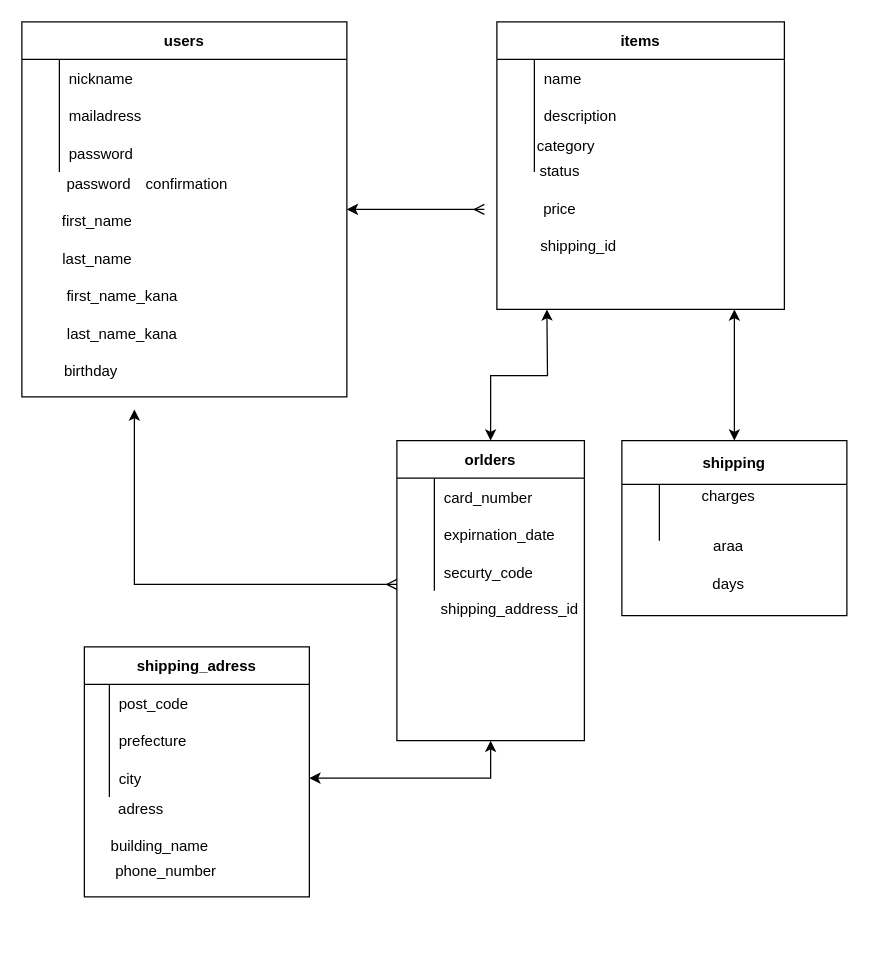
The draw.io diagram ER図.dio in nobu0526/furima-35578, before the edit. Source tidied: cells renumbered, new cells numbered last; positions are measured from the earlier drawing's top-left corner, leaving out a move shared by most shapes. Both pictures are drawn from the tidied source at 125%, with x=0, y=0 at pixel (21, 21).
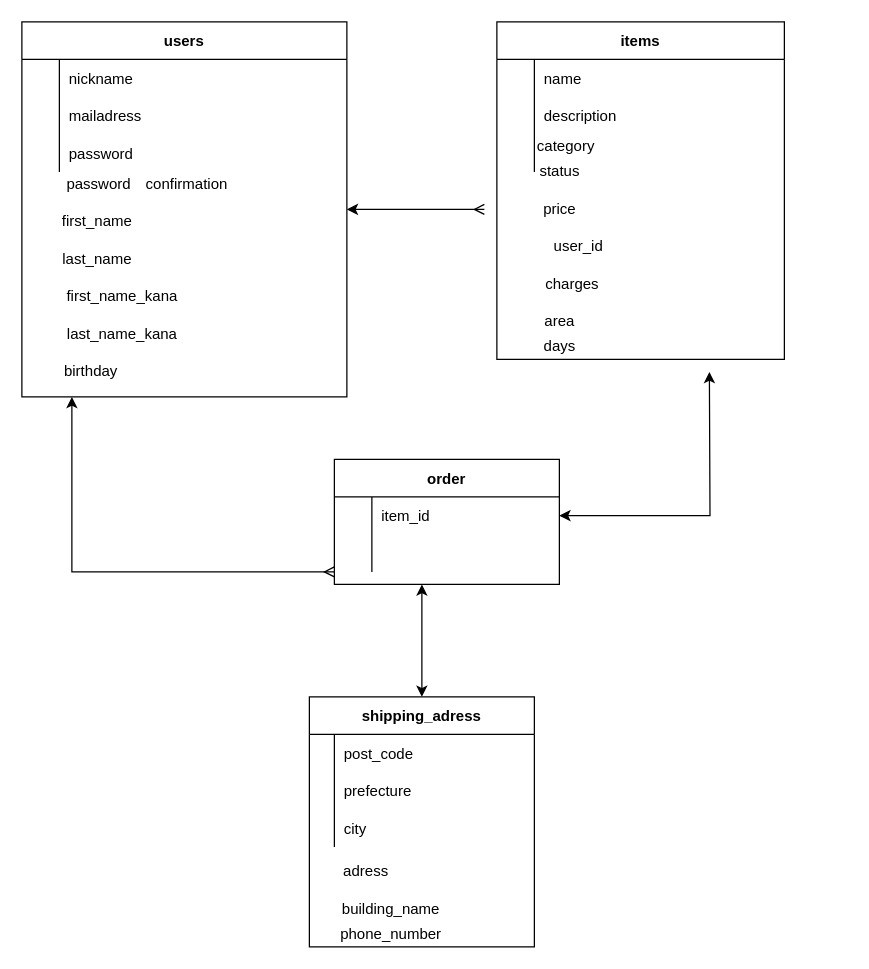
Above is the later version.

Unchanged cells that the change refers to:
```xml
<mxCell id="53" style="shape=partialRectangle;fillColor=none;top=0;left=0;bottom=0;right=0;points=[[0,0.5],[1,0.5]];portConstraint=eastwest;" parent="46" vertex="1">
  <mxGeometry y="90" width="180" height="30" as="geometry" />
</mxCell>
```

The edit, as a diff of the source:
```diff
@@
     <mxCell id="13" value="items" style="shape=table;startSize=30;childLayout=tableLayout;rowLines=0;fontStyle=1;align=center;" parent="1" vertex="1">
-      <mxGeometry x="380" width="230" height="230" as="geometry" />
+      <mxGeometry x="380" width="230" height="270" as="geometry" />
     </mxCell>
@@
-    <mxCell id="23" style="edgeStyle=orthogonalEdgeStyle;rounded=0;jettySize=auto;html=1;startArrow=ERmany;startFill=0;endArrow=classic;endFill=1;" parent="1" edge="1" source="25">
+    <mxCell id="23" style="edgeStyle=orthogonalEdgeStyle;rounded=0;orthogonalLoop=1;jettySize=auto;html=1;startArrow=ERmany;startFill=0;endArrow=classic;endFill=1;" parent="1" edge="1">
       <mxGeometry relative="1" as="geometry">
-        <mxPoint x="90" y="310" as="targetPoint" />
+        <mxPoint x="250" y="440" as="sourcePoint" />
+        <mxPoint x="40" y="300" as="targetPoint" />
         <Array as="points">
-          <mxPoint x="90" y="450" />
+          <mxPoint x="40" y="440" />
         </Array>
       </mxGeometry>
     </mxCell>
-    <mxCell id="24" style="edgeStyle=orthogonalEdgeStyle;rounded=0;jettySize=auto;html=1;startArrow=classic;startFill=1;endArrow=classic;endFill=1;" parent="1" edge="1" source="25">
-      <mxGeometry relative="1" as="geometry">
-        <mxPoint x="420" y="230" as="targetPoint" />
-      </mxGeometry>
-    </mxCell>
-    <mxCell id="25" value="orlders" style="shape=table;startSize=30;childLayout=tableLayout;rowLines=0;fontStyle=1;align=center;" parent="1" vertex="1">
-      <mxGeometry x="300" y="335" width="150" height="240" as="geometry" />
-    </mxCell>
-    <mxCell id="26" style="shape=partialRectangle;fillColor=none;top=0;left=0;bottom=0;right=0;" parent="25" vertex="1">
-      <mxGeometry y="30" width="150" height="30" as="geometry" />
-    </mxCell>
-    <mxCell id="27" style="shape=partialRectangle;fillColor=none;top=0;left=0;bottom=0;right=0;overflow=hidden;" parent="26" vertex="1">
-      <mxGeometry width="30" height="30" as="geometry" />
-    </mxCell>
-    <mxCell id="28" value="card_number" style="shape=partialRectangle;fillColor=none;top=0;left=0;bottom=0;right=0;align=left;spacingLeft=6;overflow=hidden;" parent="26" vertex="1">
-      <mxGeometry x="30" width="120" height="30" as="geometry" />
-    </mxCell>
-    <mxCell id="29" style="shape=partialRectangle;fillColor=none;top=0;left=0;bottom=0;right=0;" parent="25" vertex="1">
-      <mxGeometry y="60" width="150" height="30" as="geometry" />
-    </mxCell>
-    <mxCell id="30" style="shape=partialRectangle;fillColor=none;top=0;left=0;bottom=0;right=0;overflow=hidden;" parent="29" vertex="1">
-      <mxGeometry width="30" height="30" as="geometry" />
-    </mxCell>
-    <mxCell id="31" value="expirnation_date" style="shape=partialRectangle;fillColor=none;top=0;left=0;bottom=0;right=0;align=left;spacingLeft=6;overflow=hidden;" parent="29" vertex="1">
-      <mxGeometry x="30" width="120" height="30" as="geometry" />
-    </mxCell>
-    <mxCell id="32" style="shape=partialRectangle;fillColor=none;top=0;left=0;bottom=0;right=0;" parent="25" vertex="1">
-      <mxGeometry y="90" width="150" height="30" as="geometry" />
-    </mxCell>
-    <mxCell id="33" style="shape=partialRectangle;fillColor=none;top=0;left=0;bottom=0;right=0;overflow=hidden;" parent="32" vertex="1">
-      <mxGeometry width="30" height="30" as="geometry" />
-    </mxCell>
-    <mxCell id="34" value="securty_code" style="shape=partialRectangle;fillColor=none;top=0;left=0;bottom=0;right=0;align=left;spacingLeft=6;overflow=hidden;" parent="32" vertex="1">
-      <mxGeometry x="30" width="120" height="30" as="geometry" />
-    </mxCell>
@@
     <mxCell id="43" value="charges" style="text;html=1;align=center;verticalAlign=middle;" parent="1" vertex="1">
-      <mxGeometry x="535" y="370" width="60" height="20" as="geometry" />
+      <mxGeometry x="410" y="200" width="60" height="20" as="geometry" />
     </mxCell>
     <mxCell id="44" value="days" style="text;html=1;align=center;verticalAlign=middle;" parent="1" vertex="1">
-      <mxGeometry x="545" y="440" width="40" height="20" as="geometry" />
+      <mxGeometry x="410" y="250" width="40" height="20" as="geometry" />
     </mxCell>
@@
+    <mxCell id="71" style="edgeStyle=orthogonalEdgeStyle;rounded=0;jettySize=auto;html=1;startArrow=classic;startFill=1;endArrow=classic;endFill=1;" parent="1" edge="1" source="46">
+      <mxGeometry relative="1" as="geometry">
+        <mxPoint x="320" y="450" as="targetPoint" />
+      </mxGeometry>
+    </mxCell>
     <mxCell id="46" value="shipping_adress" style="shape=table;startSize=30;childLayout=tableLayout;rowLines=0;fontStyle=1;align=center;" parent="1" vertex="1">
-      <mxGeometry x="50" y="500" width="180" height="200" as="geometry" />
+      <mxGeometry x="230" y="540" width="180" height="200" as="geometry" />
     </mxCell>
@@
     <mxCell id="56" value="adress" style="text;html=1;align=center;verticalAlign=middle;" parent="1" vertex="1">
-      <mxGeometry x="70" y="620" width="50" height="20" as="geometry" />
+      <mxGeometry x="250" y="670" width="50" height="20" as="geometry" />
     </mxCell>
     <mxCell id="57" value="building_name" style="text;html=1;align=center;verticalAlign=middle;" parent="1" vertex="1">
-      <mxGeometry x="65" y="650" width="90" height="20" as="geometry" />
+      <mxGeometry x="250" y="700" width="90" height="20" as="geometry" />
     </mxCell>
     <mxCell id="58" value="phone_number" style="text;html=1;align=center;verticalAlign=middle;" parent="1" vertex="1">
-      <mxGeometry x="65" y="670" width="100" height="20" as="geometry" />
+      <mxGeometry x="245" y="720" width="100" height="20" as="geometry" />
     </mxCell>
-    <mxCell id="59" style="edgeStyle=orthogonalEdgeStyle;rounded=0;jettySize=auto;html=1;entryX=0.5;entryY=1;entryDx=0;entryDy=0;startArrow=classic;startFill=1;endArrow=classic;endFill=1;" parent="1" edge="1" source="53" target="25">
-      <mxGeometry relative="1" as="geometry" />
-    </mxCell>
-    <mxCell id="60" style="edgeStyle=orthogonalEdgeStyle;rounded=0;jettySize=auto;html=1;startArrow=classic;startFill=1;endArrow=classic;endFill=1;" parent="1" edge="1" source="61">
-      <mxGeometry relative="1" as="geometry">
-        <mxPoint x="570" y="230" as="targetPoint" />
-      </mxGeometry>
-    </mxCell>
-    <mxCell id="61" value="shipping" style="shape=table;startSize=35;childLayout=tableLayout;rowLines=0;fontStyle=1;align=center;" parent="1" vertex="1">
-      <mxGeometry x="480" y="335" width="180" height="140" as="geometry" />
-    </mxCell>
-    <mxCell id="62" style="shape=partialRectangle;fillColor=none;top=0;left=0;bottom=0;right=0;" parent="61" vertex="1">
-      <mxGeometry y="35" width="180" height="20" as="geometry" />
-    </mxCell>
-    <mxCell id="63" style="shape=partialRectangle;fillColor=none;top=0;left=0;bottom=0;right=0;overflow=hidden;" parent="62" vertex="1">
-      <mxGeometry width="30" height="20" as="geometry" />
-    </mxCell>
-    <mxCell id="64" style="shape=partialRectangle;fillColor=none;top=0;left=0;bottom=0;right=0;align=left;spacingLeft=6;overflow=hidden;" parent="62" vertex="1">
-      <mxGeometry x="30" width="150" height="20" as="geometry" />
-    </mxCell>
-    <mxCell id="65" style="shape=partialRectangle;fillColor=none;top=0;left=0;bottom=0;right=0;" parent="61" vertex="1">
-      <mxGeometry y="55" width="180" height="25" as="geometry" />
-    </mxCell>
-    <mxCell id="66" style="shape=partialRectangle;fillColor=none;top=0;left=0;bottom=0;right=0;overflow=hidden;" parent="65" vertex="1">
-      <mxGeometry width="30" height="25" as="geometry" />
-    </mxCell>
-    <mxCell id="67" style="shape=partialRectangle;fillColor=none;top=0;left=0;bottom=0;right=0;align=left;spacingLeft=6;overflow=hidden;" parent="65" vertex="1">
-      <mxGeometry x="30" width="150" height="25" as="geometry" />
-    </mxCell>
-    <mxCell id="68" value="araa" style="text;html=1;align=center;verticalAlign=middle;" parent="1" vertex="1">
-      <mxGeometry x="545" y="410" width="40" height="20" as="geometry" />
+    <mxCell id="68" value="area" style="text;html=1;align=center;verticalAlign=middle;" parent="1" vertex="1">
+      <mxGeometry x="410" y="230" width="40" height="20" as="geometry" />
     </mxCell>
-    <mxCell id="69" value="shipping_id" style="text;html=1;align=center;verticalAlign=middle;" parent="1" vertex="1">
-      <mxGeometry x="405" y="170" width="80" height="20" as="geometry" />
+    <mxCell id="69" value="user_id" style="text;html=1;align=center;verticalAlign=middle;" parent="1" vertex="1">
+      <mxGeometry x="420" y="170" width="50" height="20" as="geometry" />
     </mxCell>
-    <mxCell id="70" value="shipping_address_id" style="text;html=1;align=center;verticalAlign=middle;" parent="1" vertex="1">
-      <mxGeometry x="325" y="460" width="130" height="20" as="geometry" />
+    <mxCell id="70" value="order" style="shape=table;startSize=30;childLayout=tableLayout;rowLines=0;fontStyle=1;align=center;" parent="1" vertex="1">
+      <mxGeometry x="250" y="350" width="180" height="100" as="geometry" />
     </mxCell>
+    <mxCell id="72" style="shape=partialRectangle;fillColor=none;top=0;left=0;bottom=0;right=0;points=[[0,0.5],[1,0.5]];portConstraint=eastwest;" parent="70" vertex="1">
+      <mxGeometry y="30" width="180" height="30" as="geometry" />
+    </mxCell>
+    <mxCell id="73" style="shape=partialRectangle;fillColor=none;top=0;left=0;bottom=0;right=0;overflow=hidden;" parent="72" vertex="1">
+      <mxGeometry width="30" height="30" as="geometry" />
+    </mxCell>
+    <mxCell id="74" value="item_id" style="shape=partialRectangle;fillColor=none;top=0;left=0;bottom=0;right=0;align=left;spacingLeft=6;overflow=hidden;" parent="72" vertex="1">
+      <mxGeometry x="30" width="150" height="30" as="geometry" />
+    </mxCell>
+    <mxCell id="75" style="shape=partialRectangle;fillColor=none;top=0;left=0;bottom=0;right=0;" parent="70" vertex="1">
+      <mxGeometry y="60" width="180" height="30" as="geometry" />
+    </mxCell>
+    <mxCell id="76" style="shape=partialRectangle;fillColor=none;top=0;left=0;bottom=0;right=0;overflow=hidden;" parent="75" vertex="1">
+      <mxGeometry width="30" height="30" as="geometry" />
+    </mxCell>
+    <mxCell id="77" style="shape=partialRectangle;fillColor=none;top=0;left=0;bottom=0;right=0;align=left;spacingLeft=6;overflow=hidden;" parent="75" vertex="1">
+      <mxGeometry x="30" width="150" height="30" as="geometry" />
+    </mxCell>
+    <mxCell id="78" style="edgeStyle=orthogonalEdgeStyle;rounded=0;jettySize=auto;html=1;startArrow=classic;startFill=1;endArrow=classic;endFill=1;" parent="1" edge="1" source="72">
+      <mxGeometry relative="1" as="geometry">
+        <mxPoint x="550" y="280" as="targetPoint" />
+      </mxGeometry>
+    </mxCell>
```
